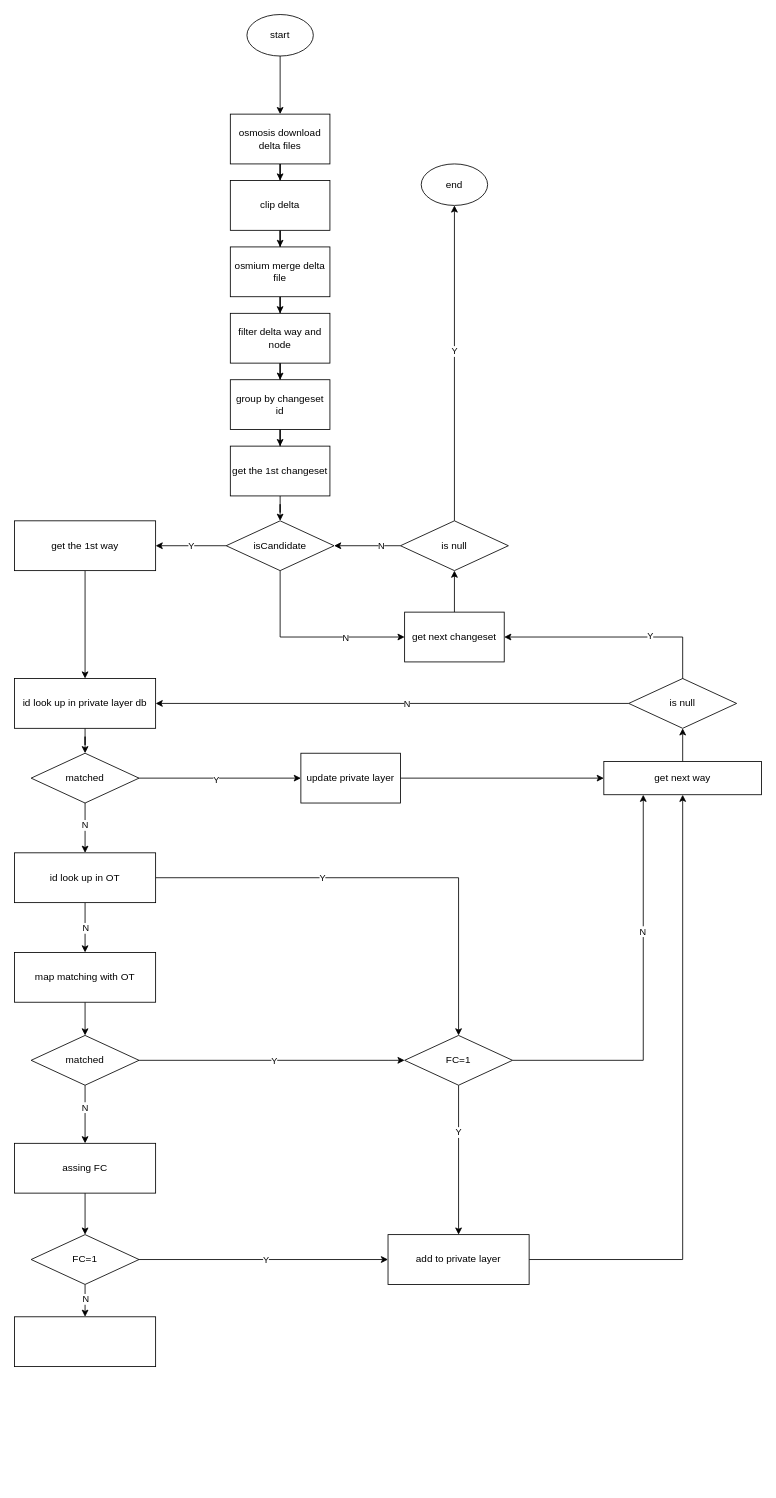
Before: expired fc changeset.drawio in 472542625/drawio, a draw.io diagram. Source tidied: cells renumbered, new cells numbered last; positions are measured from the earlier drawing's top-left corner, leaving out a move shared by most shapes. Both pictures are drawn from the tidied source at 83%, with x=0, y=0 at pixel (14, 14).
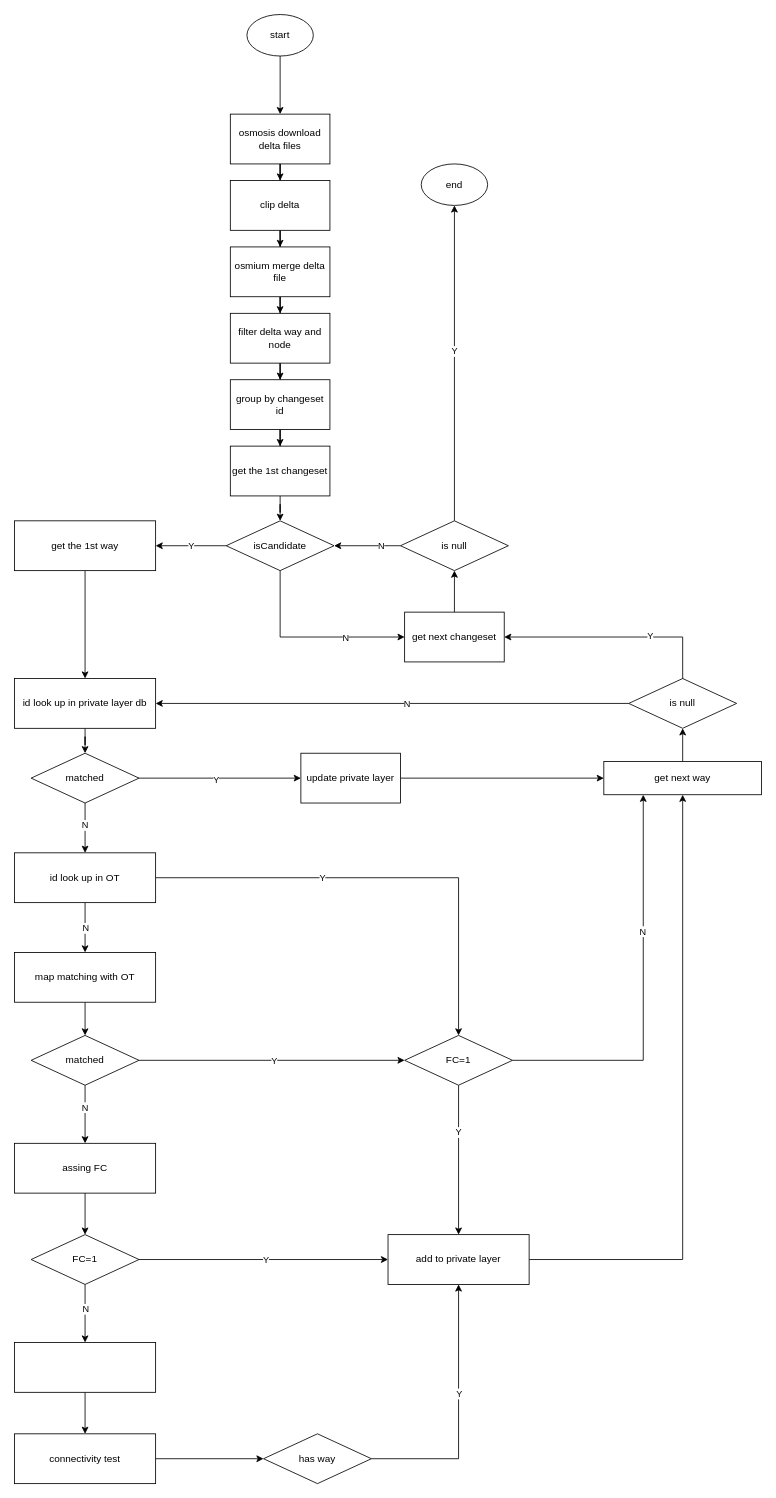
The same page after the edit.

The change refers to these unchanged cells:
```xml
<mxCell id="57" value="add to private layer" style="whiteSpace=wrap;html=1;" parent="1" vertex="1">
  <mxGeometry x="450" y="1470" width="170" height="60" as="geometry" />
</mxCell>
```

Diff of the diagram source:
```diff
@@
+    <mxCell id="74" style="edgeStyle=orthogonalEdgeStyle;rounded=0;jettySize=auto;html=1;entryX=0.5;entryY=0;entryDx=0;entryDy=0;" parent="1" edge="1" source="73" target="76">
+      <mxGeometry relative="1" as="geometry" />
+    </mxCell>
     <mxCell id="73" style="whiteSpace=wrap;html=1;" parent="1" vertex="1">
-      <mxGeometry y="1569" width="170" height="60" as="geometry" />
+      <mxGeometry y="1600" width="170" height="60" as="geometry" />
     </mxCell>
+    <mxCell id="75" style="edgeStyle=orthogonalEdgeStyle;rounded=0;jettySize=auto;html=1;" parent="1" edge="1" source="76" target="79">
+      <mxGeometry relative="1" as="geometry" />
+    </mxCell>
+    <mxCell id="76" value="connectivity test" style="whiteSpace=wrap;html=1;" parent="1" vertex="1">
+      <mxGeometry y="1710" width="170" height="60" as="geometry" />
+    </mxCell>
+    <mxCell id="77" style="edgeStyle=orthogonalEdgeStyle;rounded=0;jettySize=auto;html=1;entryX=0.5;entryY=1;entryDx=0;entryDy=0;" parent="1" edge="1" source="79" target="57">
+      <mxGeometry relative="1" as="geometry" />
+    </mxCell>
+    <mxCell id="78" value="Y" style="edgeLabel;html=1;align=center;verticalAlign=middle;" parent="77" vertex="1">
+      <mxGeometry x="0.17" relative="1" as="geometry" />
+    </mxCell>
+    <mxCell id="79" value="has way" style="rhombus;whiteSpace=wrap;html=1;" parent="1" vertex="1">
+      <mxGeometry x="300" y="1710" width="130" height="60" as="geometry" />
+    </mxCell>
```
